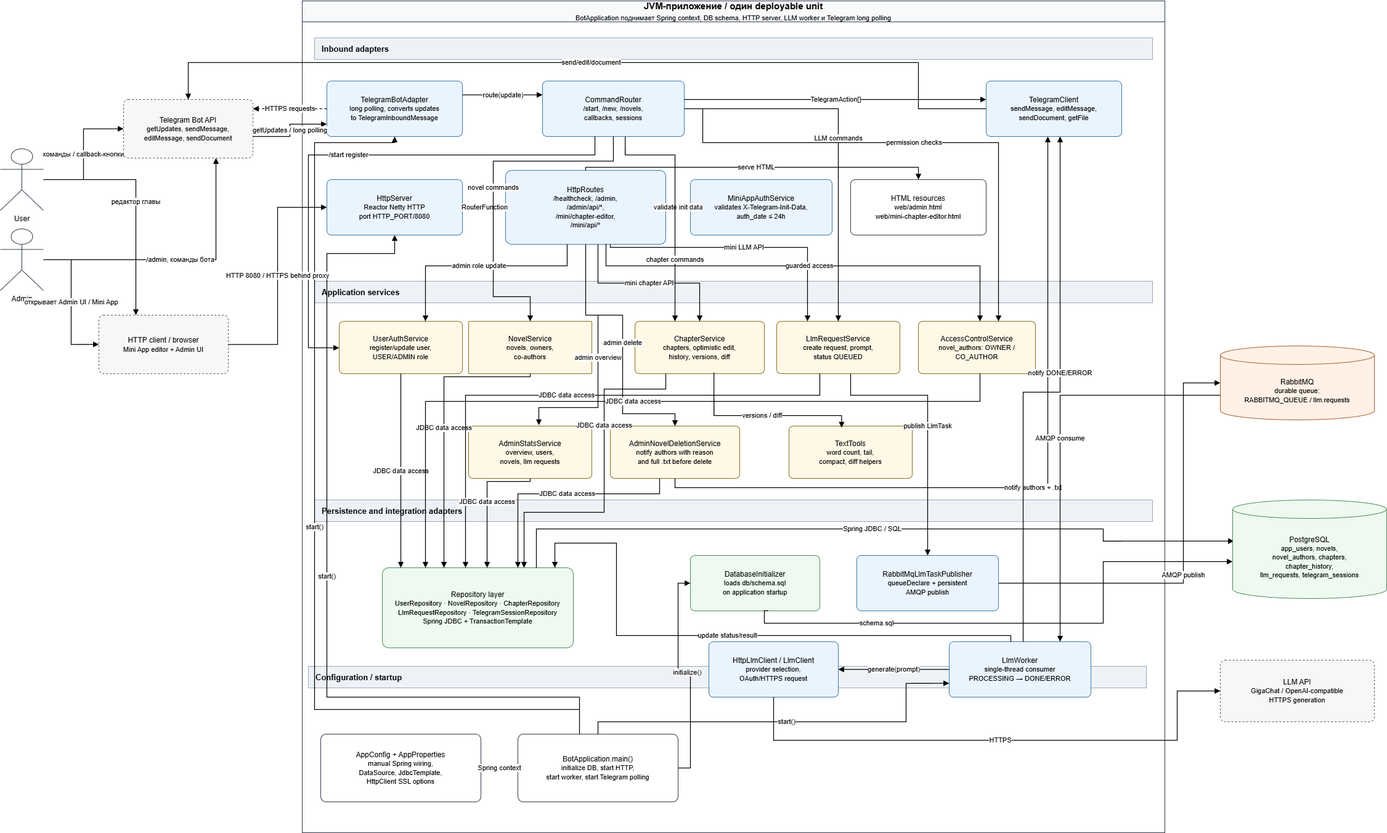
This is Архитектура.png from spbstu-collaborative-novel-writing-bot/novel-writing-bot, a draw.io export, as it was before one commit. Source tidied: cells renumbered, new cells last; positions are measured from the earlier drawing's top-left corner, leaving out a move shared by most shapes.
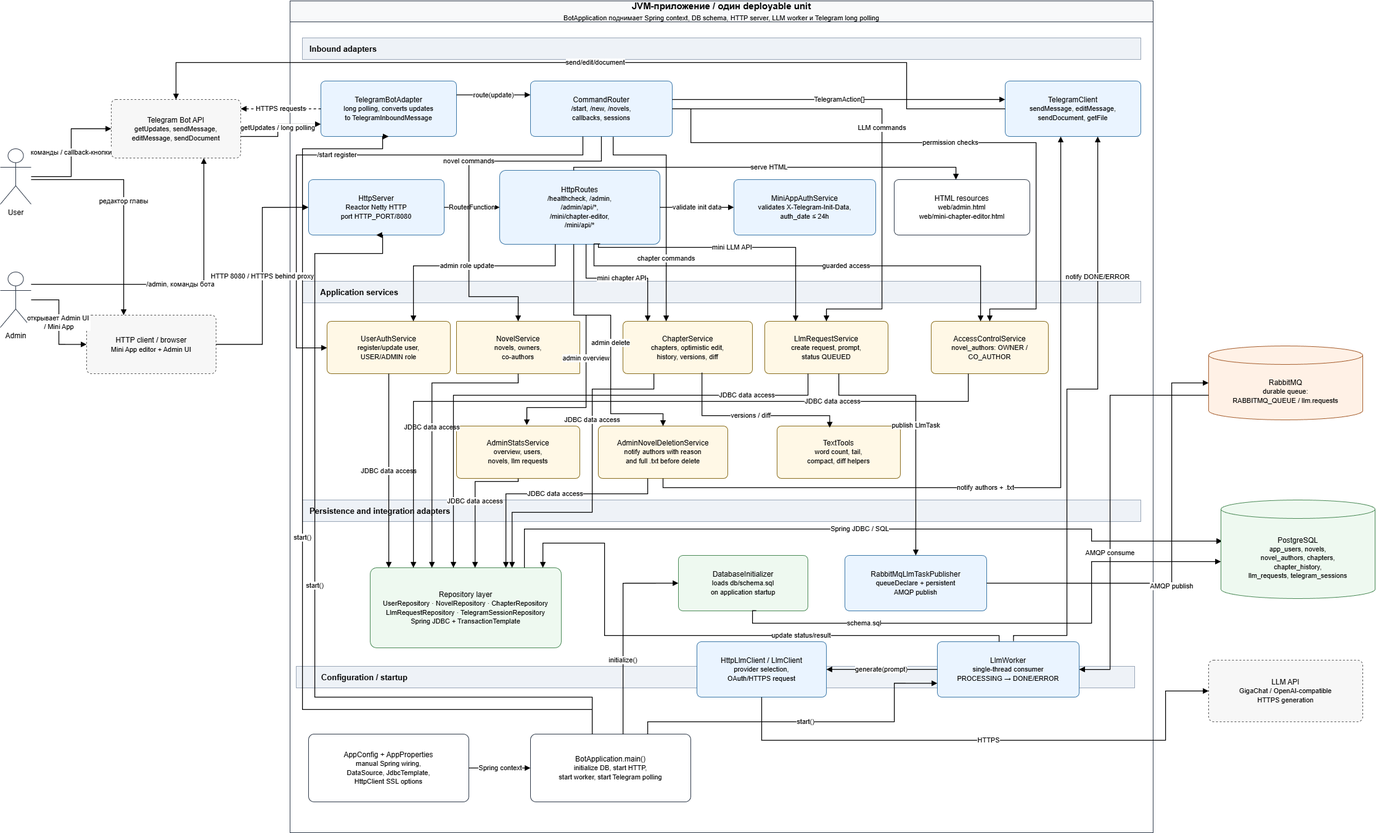
Later version of the same file.

Commit message:
Added Architecture scheme.

What changed in the source:
```diff
@@ -8,35 +8,35 @@
     <mxCell id="3" value="Inbound adapters" style="rounded=0;whiteSpace=wrap;html=1;fillColor=#eef2f7;strokeColor=#9aa7b8;fontStyle=1;fontSize=13;align=left;spacingLeft=10;" parent="2" vertex="1">
       <mxGeometry x="20" y="60" width="1360" height="35" as="geometry" />
     </mxCell>
-    <mxCell id="4" value="Application services" style="rounded=0;whiteSpace=wrap;html=1;fillColor=#eef2f7;strokeColor=#9aa7b8;fontStyle=1;fontSize=13;align=left;spacingLeft=10;" parent="2" vertex="1">
+    <mxCell id="4" value="&amp;nbsp; &amp;nbsp; &amp;nbsp;Application services" style="rounded=0;whiteSpace=wrap;html=1;fillColor=#eef2f7;strokeColor=#9aa7b8;fontStyle=1;fontSize=13;align=left;spacingLeft=10;" parent="2" vertex="1">
       <mxGeometry x="20" y="455" width="1360" height="35" as="geometry" />
     </mxCell>
     <mxCell id="5" value="Persistence and integration adapters" style="rounded=0;whiteSpace=wrap;html=1;fillColor=#eef2f7;strokeColor=#9aa7b8;fontStyle=1;fontSize=13;align=left;spacingLeft=10;" parent="2" vertex="1">
       <mxGeometry x="20" y="810" width="1360" height="35" as="geometry" />
     </mxCell>
-    <mxCell id="6" value="Configuration / startup" style="rounded=0;whiteSpace=wrap;html=1;fillColor=#eef2f7;strokeColor=#9aa7b8;fontStyle=1;fontSize=13;align=left;spacingLeft=10;" parent="2" vertex="1">
+    <mxCell id="6" value="&amp;nbsp; &amp;nbsp; &amp;nbsp; &amp;nbsp; Configuration / startup" style="rounded=0;whiteSpace=wrap;html=1;fillColor=#eef2f7;strokeColor=#9aa7b8;fontStyle=1;fontSize=13;align=left;spacingLeft=10;" parent="2" vertex="1">
       <mxGeometry x="10" y="1080" width="1360" height="35" as="geometry" />
     </mxCell>
     <mxCell id="7" value="TelegramBotAdapter&lt;br&gt;&lt;font style=&quot;font-size:11px&quot;&gt;long polling, converts updates&lt;br&gt;to TelegramInboundMessage&lt;/font&gt;" style="rounded=1;whiteSpace=wrap;html=1;fillColor=#eaf4ff;strokeColor=#3c78a8;fontSize=12;arcSize=8;" parent="2" vertex="1">
-      <mxGeometry x="40" y="130" width="220" height="90" as="geometry" />
+      <mxGeometry x="50" y="130" width="220" height="90" as="geometry" />
     </mxCell>
     <mxCell id="8" value="CommandRouter&lt;br&gt;&lt;font style=&quot;font-size:11px&quot;&gt;/start, /new, /novels,&lt;br&gt;callbacks, sessions&lt;/font&gt;" style="rounded=1;whiteSpace=wrap;html=1;fillColor=#eaf4ff;strokeColor=#3c78a8;fontSize=12;arcSize=8;" parent="2" vertex="1">
       <mxGeometry x="390" y="130" width="230" height="90" as="geometry" />
     </mxCell>
     <mxCell id="9" value="TelegramClient&lt;br&gt;&lt;font style=&quot;font-size:11px&quot;&gt;sendMessage, editMessage,&lt;br&gt;sendDocument, getFile&lt;/font&gt;" style="rounded=1;whiteSpace=wrap;html=1;fillColor=#eaf4ff;strokeColor=#3c78a8;fontSize=12;arcSize=8;" parent="2" vertex="1">
-      <mxGeometry x="1110" y="130" width="220" height="90" as="geometry" />
+      <mxGeometry x="1160" y="130" width="220" height="90" as="geometry" />
     </mxCell>
     <mxCell id="10" value="HttpServer&lt;br&gt;&lt;font style=&quot;font-size:11px&quot;&gt;Reactor Netty HTTP&lt;br&gt;port HTTP_PORT/8080&lt;/font&gt;" style="rounded=1;whiteSpace=wrap;html=1;fillColor=#eaf4ff;strokeColor=#3c78a8;fontSize=12;arcSize=8;" parent="2" vertex="1">
-      <mxGeometry x="40" y="290" width="220" height="90" as="geometry" />
+      <mxGeometry x="30" y="290" width="220" height="90" as="geometry" />
     </mxCell>
     <mxCell id="11" value="HttpRoutes&lt;br&gt;&lt;font style=&quot;font-size:11px&quot;&gt;/healthcheck, /admin,&lt;br&gt;/admin/api/*,&lt;br&gt;/mini/chapter-editor,&lt;br&gt;/mini/api/*&lt;/font&gt;" style="rounded=1;whiteSpace=wrap;html=1;fillColor=#eaf4ff;strokeColor=#3c78a8;fontSize=12;arcSize=8;" parent="2" vertex="1">
-      <mxGeometry x="330" y="275" width="260" height="120" as="geometry" />
+      <mxGeometry x="340" y="275" width="260" height="120" as="geometry" />
     </mxCell>
     <mxCell id="12" value="MiniAppAuthService&lt;br&gt;&lt;font style=&quot;font-size:11px&quot;&gt;validates X-Telegram-Init-Data,&lt;br&gt;auth_date ≤ 24h&lt;/font&gt;" style="rounded=1;whiteSpace=wrap;html=1;fillColor=#eaf4ff;strokeColor=#3c78a8;fontSize=12;arcSize=8;" parent="2" vertex="1">
-      <mxGeometry x="630" y="290" width="230" height="90" as="geometry" />
+      <mxGeometry x="720" y="290" width="230" height="90" as="geometry" />
     </mxCell>
     <mxCell id="13" value="HTML resources&lt;br&gt;&lt;font style=&quot;font-size:11px&quot;&gt;web/admin.html&lt;br&gt;web/mini-chapter-editor.html&lt;/font&gt;" style="rounded=1;whiteSpace=wrap;html=1;fillColor=#ffffff;strokeColor=#2f3a4a;fontSize=12;arcSize=8;" parent="2" vertex="1">
-      <mxGeometry x="890" y="290" width="220" height="90" as="geometry" />
+      <mxGeometry x="980" y="290" width="220" height="90" as="geometry" />
     </mxCell>
     <mxCell id="14" value="UserAuthService&lt;br&gt;&lt;font style=&quot;font-size:11px&quot;&gt;register/update user,&lt;br&gt;USER/ADMIN role&lt;/font&gt;" style="rounded=1;whiteSpace=wrap;html=1;fillColor=#fff8e6;strokeColor=#8a6d1d;fontSize=12;arcSize=8;" parent="2" vertex="1">
       <mxGeometry x="60" y="520" width="200" height="85" as="geometry" />
@@ -51,7 +51,7 @@
       <mxGeometry x="770" y="520" width="200" height="85" as="geometry" />
     </mxCell>
     <mxCell id="18" value="AccessControlService&lt;br&gt;&lt;font style=&quot;font-size:11px&quot;&gt;novel_authors: OWNER / CO_AUTHOR&lt;/font&gt;" style="rounded=1;whiteSpace=wrap;html=1;fillColor=#fff8e6;strokeColor=#8a6d1d;fontSize=12;arcSize=8;" parent="2" vertex="1">
-      <mxGeometry x="1000" y="520" width="190" height="85" as="geometry" />
+      <mxGeometry x="1040" y="520" width="190" height="85" as="geometry" />
     </mxCell>
     <mxCell id="19" value="AdminStatsService&lt;br&gt;&lt;font style=&quot;font-size:11px&quot;&gt;overview, users,&lt;br&gt;novels, llm requests&lt;/font&gt;" style="rounded=1;whiteSpace=wrap;html=1;fillColor=#fff8e6;strokeColor=#8a6d1d;fontSize=12;arcSize=8;" parent="2" vertex="1">
       <mxGeometry x="270" y="690" width="200" height="85" as="geometry" />
@@ -81,7 +81,7 @@
       <mxGeometry x="30" y="1190" width="260" height="110" as="geometry" />
     </mxCell>
     <mxCell id="28" value="BotApplication.main()&lt;br&gt;&lt;font style=&quot;font-size:11px&quot;&gt;initialize DB, start HTTP,&lt;br&gt;start worker, start Telegram polling&lt;/font&gt;" style="rounded=1;whiteSpace=wrap;html=1;fillColor=#ffffff;strokeColor=#2f3a4a;fontSize=12;arcSize=8;" parent="2" vertex="1">
-      <mxGeometry x="350" y="1190" width="260" height="110" as="geometry" />
+      <mxGeometry x="390" y="1190" width="260" height="110" as="geometry" />
     </mxCell>
     <mxCell id="29" value="route(update)" style="endArrow=block;html=1;rounded=0;strokeWidth=1.3;edgeStyle=orthogonalEdgeStyle;jettySize=auto;entryX=0;entryY=0.25;entryDx=0;entryDy=0;exitX=1;exitY=0.25;exitDx=0;exitDy=0;" parent="2" edge="1" source="7" target="8">
       <mxGeometry relative="1" as="geometry" />
@@ -104,7 +104,7 @@
       <mxGeometry relative="1" as="geometry">
         <Array as="points">
           <mxPoint x="460" y="270" />
-          <mxPoint x="1000" y="270" />
+          <mxPoint x="1080" y="270" />
         </Array>
       </mxGeometry>
     </mxCell>
@@ -118,11 +118,11 @@
       </mxGeometry>
     </mxCell>
     <mxCell id="35" value="novel commands" style="endArrow=block;html=1;rounded=0;strokeWidth=1.3;edgeStyle=orthogonalEdgeStyle;jettySize=auto;entryX=0.5;entryY=0;entryDx=0;entryDy=0;" parent="2" edge="1" source="8" target="15">
-      <mxGeometry relative="1" as="geometry">
+      <mxGeometry x="-0.14" relative="1" as="geometry">
         <Array as="points">
           <mxPoint x="505" y="260" />
-          <mxPoint x="310" y="260" />
-          <mxPoint x="310" y="480" />
+          <mxPoint x="290" y="260" />
+          <mxPoint x="290" y="480" />
           <mxPoint x="370" y="480" />
         </Array>
       </mxGeometry>
@@ -131,23 +131,27 @@
       <mxGeometry x="0.47" relative="1" as="geometry">
         <Array as="points">
           <mxPoint x="524" y="250" />
-          <mxPoint x="605" y="250" />
+          <mxPoint x="610" y="250" />
         </Array>
       </mxGeometry>
     </mxCell>
-    <mxCell id="37" value="LLM commands" style="endArrow=block;html=1;rounded=0;strokeWidth=1.3;edgeStyle=orthogonalEdgeStyle;jettySize=auto;" parent="2" edge="1" source="8" target="17">
-      <mxGeometry relative="1" as="geometry">
+    <mxCell id="37" value="LLM commands" style="endArrow=block;html=1;rounded=0;strokeWidth=1.3;edgeStyle=orthogonalEdgeStyle;jettySize=auto;entryX=0.5;entryY=0;entryDx=0;entryDy=0;" parent="2" edge="1" source="8" target="17">
+      <mxGeometry x="-0.04" relative="1" as="geometry">
         <Array as="points">
-          <mxPoint x="870" y="175" />
+          <mxPoint x="960" y="175" />
+          <mxPoint x="960" y="500" />
+          <mxPoint x="870" y="500" />
         </Array>
       </mxGeometry>
     </mxCell>
-    <mxCell id="38" value="permission checks" style="endArrow=block;html=1;rounded=0;strokeWidth=1.3;edgeStyle=orthogonalEdgeStyle;jettySize=auto;exitX=1;exitY=0.5;exitDx=0;exitDy=0;" parent="2" edge="1" source="8" target="18">
+    <mxCell id="38" value="permission checks" style="endArrow=block;html=1;rounded=0;strokeWidth=1.3;edgeStyle=orthogonalEdgeStyle;jettySize=auto;exitX=1;exitY=0.5;exitDx=0;exitDy=0;entryX=0.5;entryY=0;entryDx=0;entryDy=0;" parent="2" edge="1" source="8" target="18">
       <mxGeometry relative="1" as="geometry">
         <Array as="points">
           <mxPoint x="650" y="175" />
           <mxPoint x="650" y="230" />
-          <mxPoint x="1130" y="230" />
+          <mxPoint x="1210" y="230" />
+          <mxPoint x="1210" y="500" />
+          <mxPoint x="1135" y="500" />
         </Array>
       </mxGeometry>
     </mxCell>
@@ -162,8 +166,8 @@
     <mxCell id="40" value="mini chapter API" style="endArrow=block;html=1;rounded=0;strokeWidth=1.3;edgeStyle=orthogonalEdgeStyle;jettySize=auto;" parent="2" edge="1" source="11" target="16">
       <mxGeometry relative="1" as="geometry">
         <Array as="points">
-          <mxPoint x="480" y="458" />
-          <mxPoint x="645" y="458" />
+          <mxPoint x="480" y="450" />
+          <mxPoint x="580" y="450" />
         </Array>
       </mxGeometry>
     </mxCell>
@@ -196,10 +200,11 @@
       </mxGeometry>
     </mxCell>
     <mxCell id="44" value="guarded access" style="endArrow=block;html=1;rounded=0;strokeWidth=1.3;edgeStyle=orthogonalEdgeStyle;jettySize=auto;exitX=0.627;exitY=0.995;exitDx=0;exitDy=0;exitPerimeter=0;" parent="2" edge="1" source="11" target="18">
-      <mxGeometry relative="1" as="geometry">
+      <mxGeometry x="0.19" relative="1" as="geometry">
         <Array as="points">
+          <mxPoint x="493" y="394" />
           <mxPoint x="493" y="430" />
-          <mxPoint x="1100" y="430" />
+          <mxPoint x="1120" y="430" />
         </Array>
       </mxGeometry>
     </mxCell>
@@ -214,13 +219,13 @@
     <mxCell id="46" value="JDBC data access" style="endArrow=block;html=1;rounded=0;strokeWidth=1.3;edgeStyle=orthogonalEdgeStyle;jettySize=auto;exitX=0.5;exitY=1;exitDx=0;exitDy=0;" parent="2" edge="1" source="15" target="22">
       <mxGeometry relative="1" as="geometry">
         <Array as="points">
-          <mxPoint x="370" y="610" />
-          <mxPoint x="230" y="610" />
+          <mxPoint x="370" y="620" />
+          <mxPoint x="230" y="620" />
         </Array>
       </mxGeometry>
     </mxCell>
     <mxCell id="47" value="JDBC data access" style="endArrow=block;html=1;rounded=0;strokeWidth=1.3;edgeStyle=orthogonalEdgeStyle;jettySize=auto;" parent="2" edge="1" source="16" target="22">
-      <mxGeometry x="-0.32" relative="1" as="geometry">
+      <mxGeometry x="-0.36" relative="1" as="geometry">
         <Array as="points">
           <mxPoint x="590" y="630" />
           <mxPoint x="490" y="630" />
@@ -230,7 +235,7 @@
       </mxGeometry>
     </mxCell>
     <mxCell id="48" value="JDBC data access" style="endArrow=block;html=1;rounded=0;strokeWidth=1.3;edgeStyle=orthogonalEdgeStyle;jettySize=auto;" parent="2" edge="1" source="17" target="22">
-      <mxGeometry relative="1" as="geometry">
+      <mxGeometry x="-0.7" relative="1" as="geometry">
         <Array as="points">
           <mxPoint x="840" y="640" />
           <mxPoint x="265" y="640" />
@@ -238,7 +243,7 @@
       </mxGeometry>
     </mxCell>
     <mxCell id="49" value="JDBC data access" style="endArrow=block;html=1;rounded=0;strokeWidth=1.3;edgeStyle=orthogonalEdgeStyle;jettySize=auto;" parent="2" edge="1" source="18" target="22">
-      <mxGeometry relative="1" as="geometry">
+      <mxGeometry x="-0.56" relative="1" as="geometry">
         <Array as="points">
           <mxPoint x="1100" y="650" />
           <mxPoint x="200" y="650" />
@@ -279,15 +284,15 @@
       </mxGeometry>
     </mxCell>
     <mxCell id="54" value="notify authors + .txt" style="endArrow=block;html=1;rounded=0;strokeWidth=1.3;edgeStyle=orthogonalEdgeStyle;jettySize=auto;" parent="2" edge="1" source="20" target="9">
-      <mxGeometry relative="1" as="geometry">
+      <mxGeometry x="-0.13" relative="1" as="geometry">
         <Array as="points">
           <mxPoint x="605" y="790" />
-          <mxPoint x="1210" y="790" />
+          <mxPoint x="1250" y="790" />
         </Array>
       </mxGeometry>
     </mxCell>
     <mxCell id="55" value="update status/result" style="endArrow=block;html=1;rounded=0;strokeWidth=1.3;edgeStyle=orthogonalEdgeStyle;jettySize=auto;" parent="2" edge="1" source="25" target="22">
-      <mxGeometry relative="1" as="geometry">
+      <mxGeometry x="-0.3" relative="1" as="geometry">
         <Array as="points">
           <mxPoint x="1150" y="1030" />
           <mxPoint x="510" y="1030" />
@@ -299,21 +304,27 @@
     <mxCell id="56" value="generate(prompt)" style="endArrow=block;html=1;rounded=0;strokeWidth=1.3;edgeStyle=orthogonalEdgeStyle;jettySize=auto;" parent="2" edge="1" source="25" target="26">
       <mxGeometry relative="1" as="geometry" />
     </mxCell>
-    <mxCell id="57" value="notify DONE/ERROR" style="endArrow=block;html=1;rounded=0;strokeWidth=1.3;edgeStyle=orthogonalEdgeStyle;jettySize=auto;" parent="2" edge="1" source="25" target="9">
-      <mxGeometry x="0.13" relative="1" as="geometry">
+    <mxCell id="57" value="notify DONE/ERROR" style="endArrow=block;html=1;rounded=0;strokeWidth=1.3;edgeStyle=orthogonalEdgeStyle;jettySize=auto;exitX=0.537;exitY=-0.01;exitDx=0;exitDy=0;exitPerimeter=0;" parent="2" edge="1" source="25" target="9">
+      <mxGeometry x="0.52" relative="1" as="geometry">
         <Array as="points">
-          <mxPoint x="1170" y="635" />
-          <mxPoint x="1230" y="635" />
+          <mxPoint x="1173" y="1030" />
+          <mxPoint x="1260" y="1030" />
+          <mxPoint x="1260" y="630" />
+          <mxPoint x="1310" y="630" />
         </Array>
       </mxGeometry>
     </mxCell>
     <mxCell id="58" value="initialize()" style="endArrow=block;html=1;rounded=0;strokeWidth=1.3;edgeStyle=orthogonalEdgeStyle;jettySize=auto;entryX=0;entryY=0.5;entryDx=0;entryDy=0;" parent="2" edge="1" source="28" target="23">
-      <mxGeometry relative="1" as="geometry" />
+      <mxGeometry x="-0.28" relative="1" as="geometry">
+        <Array as="points">
+          <mxPoint x="540" y="945" />
+        </Array>
+      </mxGeometry>
     </mxCell>
     <mxCell id="59" value="start()" style="endArrow=block;html=1;rounded=0;strokeWidth=1.3;edgeStyle=orthogonalEdgeStyle;jettySize=auto;entryX=0.5;entryY=1;entryDx=0;entryDy=0;" parent="2" edge="1" source="28" target="10">
       <mxGeometry relative="1" as="geometry">
         <Array as="points">
-          <mxPoint x="450" y="1130" />
+          <mxPoint x="490" y="1130" />
           <mxPoint x="40" y="1130" />
           <mxPoint x="40" y="410" />
           <mxPoint x="150" y="410" />
@@ -323,19 +334,19 @@
     <mxCell id="60" value="start()" style="endArrow=block;html=1;rounded=0;strokeWidth=1.3;edgeStyle=orthogonalEdgeStyle;jettySize=auto;entryX=0;entryY=0.75;entryDx=0;entryDy=0;" parent="2" edge="1" source="28" target="25">
       <mxGeometry relative="1" as="geometry">
         <Array as="points">
-          <mxPoint x="480" y="1170" />
+          <mxPoint x="580" y="1170" />
           <mxPoint x="980" y="1170" />
-          <mxPoint x="980" y="1108" />
+          <mxPoint x="980" y="1107" />
         </Array>
       </mxGeometry>
     </mxCell>
     <mxCell id="61" value="start()" style="endArrow=block;html=1;rounded=0;strokeWidth=1.3;edgeStyle=orthogonalEdgeStyle;jettySize=auto;entryX=0.5;entryY=1;entryDx=0;entryDy=0;" parent="2" edge="1" source="28" target="7">
       <mxGeometry relative="1" as="geometry">
         <Array as="points">
-          <mxPoint x="450" y="1150" />
+          <mxPoint x="490" y="1150" />
           <mxPoint x="20" y="1150" />
-          <mxPoint x="20" y="230" />
-          <mxPoint x="150" y="230" />
+          <mxPoint x="20" y="240" />
+          <mxPoint x="150" y="240" />
         </Array>
       </mxGeometry>
     </mxCell>
@@ -352,10 +363,10 @@
       </mxGeometry>
     </mxCell>
     <mxCell id="64" value="User" style="shape=umlActor;verticalLabelPosition=bottom;verticalAlign=top;html=1;outlineConnect=0;fillColor=#ffffff;strokeColor=#2f3a4a;fontSize=12;" parent="1" vertex="1">
-      <mxGeometry y="240" width="70" height="100" as="geometry" />
+      <mxGeometry x="20" y="240" width="50" height="90" as="geometry" />
     </mxCell>
     <mxCell id="65" value="Admin" style="shape=umlActor;verticalLabelPosition=bottom;verticalAlign=top;html=1;outlineConnect=0;fillColor=#ffffff;strokeColor=#2f3a4a;fontSize=12;" parent="1" vertex="1">
-      <mxGeometry y="370" width="70" height="100" as="geometry" />
+      <mxGeometry x="20" y="440" width="50" height="90" as="geometry" />
     </mxCell>
     <mxCell id="66" value="Telegram Bot API&lt;br&gt;&lt;font style=&quot;font-size:11px&quot;&gt;getUpdates, sendMessage,&lt;br&gt;editMessage, sendDocument&lt;/font&gt;" style="rounded=1;whiteSpace=wrap;html=1;fillColor=#f7f7f7;strokeColor=#555555;dashed=1;fontSize=12;arcSize=8;" parent="1" vertex="1">
       <mxGeometry x="200" y="160" width="210" height="95" as="geometry" />
@@ -378,7 +389,7 @@
     <mxCell id="72" value="/admin, команды бота" style="endArrow=block;html=1;rounded=0;strokeWidth=1.3;edgeStyle=orthogonalEdgeStyle;jettySize=auto;" parent="1" edge="1" source="65" target="66">
       <mxGeometry relative="1" as="geometry">
         <Array as="points">
-          <mxPoint x="350" y="420" />
+          <mxPoint x="350" y="460" />
         </Array>
       </mxGeometry>
     </mxCell>
@@ -398,7 +409,7 @@
         </Array>
       </mxGeometry>
     </mxCell>
-    <mxCell id="75" value="открывает Admin UI / Mini App" style="endArrow=block;html=1;rounded=0;strokeWidth=1.3;edgeStyle=orthogonalEdgeStyle;jettySize=auto;entryX=0;entryY=0.5;entryDx=0;entryDy=0;" parent="1" edge="1" source="65" target="67">
+    <mxCell id="75" value="открывает Admin UI&amp;nbsp;&lt;div&gt;/ Mini App&lt;/div&gt;" style="endArrow=block;html=1;rounded=0;strokeWidth=1.3;edgeStyle=orthogonalEdgeStyle;jettySize=auto;entryX=0;entryY=0.5;entryDx=0;entryDy=0;" parent="1" edge="1" source="65" target="67">
       <mxGeometry relative="1" as="geometry" />
     </mxCell>
     <mxCell id="76" value="редактор главы" style="endArrow=block;html=1;rounded=0;strokeWidth=1.3;edgeStyle=orthogonalEdgeStyle;jettySize=auto;" parent="1" edge="1" source="64" target="67">
@@ -430,18 +441,19 @@
       </mxGeometry>
     </mxCell>
     <mxCell id="80" value="AMQP publish" style="endArrow=block;html=1;rounded=0;strokeWidth=1.3;edgeStyle=orthogonalEdgeStyle;jettySize=auto;exitX=1;exitY=0.5;exitDx=0;exitDy=0;" parent="1" edge="1" source="24" target="69">
-      <mxGeometry x="-0.08" relative="1" as="geometry">
+      <mxGeometry x="-0.12" y="-5" relative="1" as="geometry">
         <Array as="points">
           <mxPoint x="1920" y="945" />
           <mxPoint x="1920" y="620" />
         </Array>
-        <mxPoint y="1" as="offset" />
+        <mxPoint x="-5" y="5" as="offset" />
       </mxGeometry>
     </mxCell>
     <mxCell id="81" value="AMQP consume" style="endArrow=block;html=1;rounded=0;strokeWidth=1.3;edgeStyle=orthogonalEdgeStyle;jettySize=auto;" parent="1" edge="1" source="69" target="25">
-      <mxGeometry relative="1" as="geometry">
+      <mxGeometry x="0.27" relative="1" as="geometry">
         <Array as="points">
-          <mxPoint x="1720" y="640" />
+          <mxPoint x="1820" y="640" />
+          <mxPoint x="1820" y="1085" />
         </Array>
       </mxGeometry>
     </mxCell>
```
